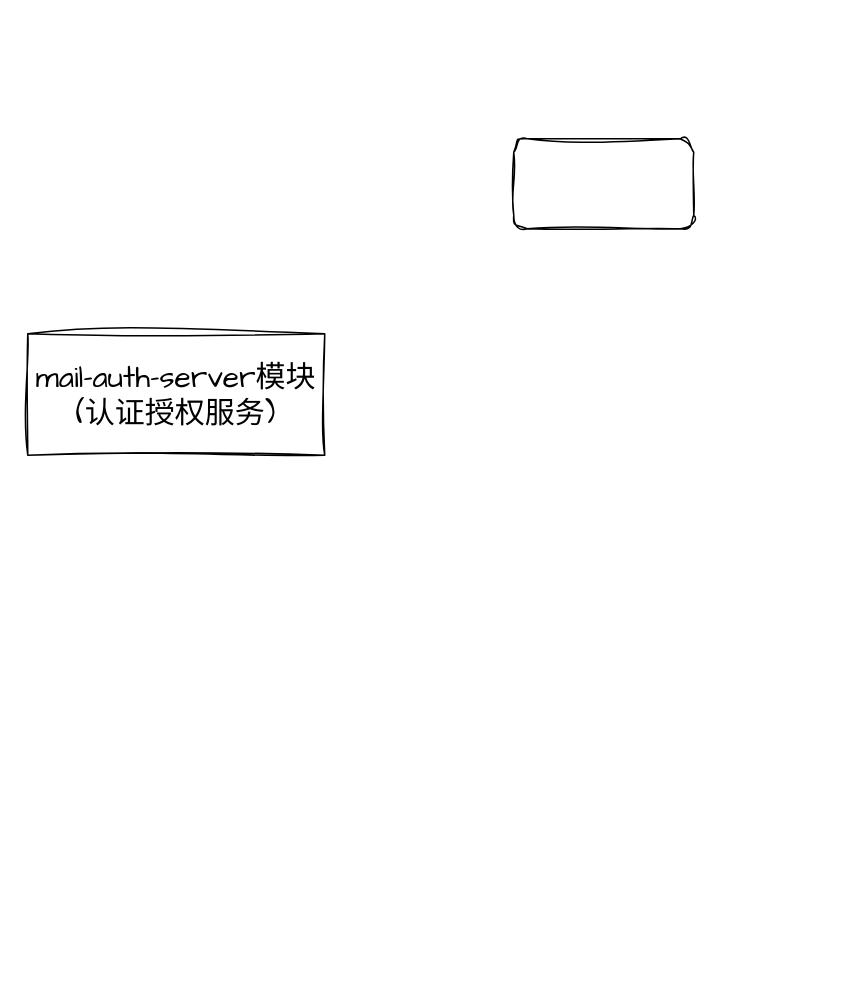
This is 未命名绘图.drawio from PEI-GEN/myPic, a draw.io file, before an edit. Source tidied: cells renumbered, new cells numbered last; positions are measured from the earlier drawing's top-left corner, leaving out a move shared by most shapes. Both pictures are drawn from the tidied source at 150%, with x=0, y=0 at pixel (27, 138).
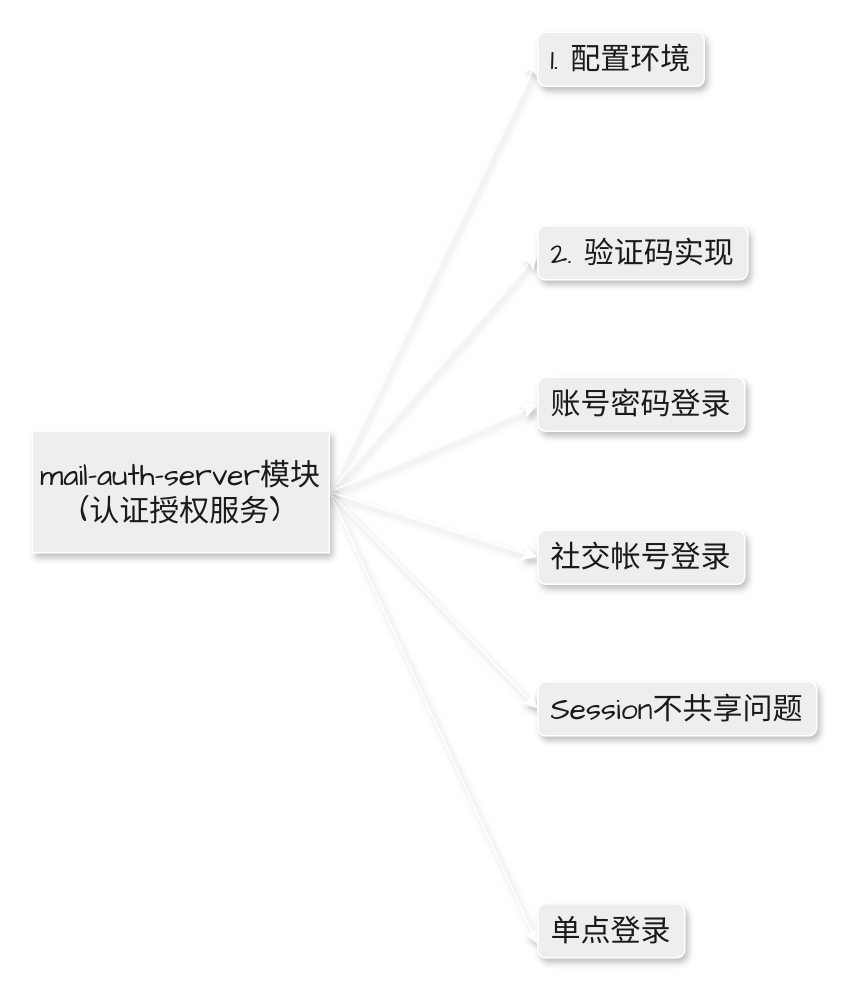
The same diagram, later.

Commit message:
更新未命名绘图.drawio

Diff of the diagram source:
```diff
@@
 <mxGraphModel>
   <root>
     <mxCell id="0" />
     <mxCell id="1" parent="0" />
+    <mxCell id="4" style="edgeStyle=none;hachureGap=4;jettySize=auto;html=1;exitX=1;exitY=0.5;exitDx=0;exitDy=0;entryX=0;entryY=0.5;entryDx=0;entryDy=0;fontFamily=Architects Daughter;fontSize=16;startSize=8;endSize=8;curved=1;strokeColor=#FFFFFF;shadow=1;labelBackgroundColor=none;fontColor=default;" parent="1" edge="1" source="2" target="3">
+      <mxGeometry relative="1" as="geometry" />
+    </mxCell>
+    <mxCell id="5" style="edgeStyle=none;curved=1;rounded=0;hachureGap=4;jettySize=auto;html=1;exitX=1;exitY=0.5;exitDx=0;exitDy=0;entryX=0;entryY=0.5;entryDx=0;entryDy=0;fontFamily=Architects Daughter;fontSize=16;startSize=8;endSize=8;shadow=1;labelBackgroundColor=none;strokeColor=#FFFFFF;fontColor=default;" parent="1" edge="1" source="2" target="10">
+      <mxGeometry relative="1" as="geometry" />
+    </mxCell>
+    <mxCell id="6" style="edgeStyle=none;curved=1;rounded=0;hachureGap=4;jettySize=auto;html=1;exitX=1;exitY=0.5;exitDx=0;exitDy=0;entryX=0;entryY=0.5;entryDx=0;entryDy=0;fontFamily=Architects Daughter;fontSize=16;startSize=8;endSize=8;shadow=1;labelBackgroundColor=none;strokeColor=#FFFFFF;fontColor=default;" parent="1" edge="1" source="2" target="11">
+      <mxGeometry relative="1" as="geometry" />
+    </mxCell>
+    <mxCell id="7" style="edgeStyle=none;curved=1;rounded=0;jettySize=auto;html=1;exitX=1;exitY=0.5;exitDx=0;exitDy=0;entryX=0;entryY=0.5;entryDx=0;entryDy=0;fontSize=12;startSize=8;endSize=8;shadow=1;labelBackgroundColor=none;strokeColor=#FFFFFF;fontColor=default;" parent="1" edge="1" source="2" target="12">
+      <mxGeometry relative="1" as="geometry" />
+    </mxCell>
+    <mxCell id="8" style="edgeStyle=none;curved=1;rounded=0;jettySize=auto;html=1;exitX=1;exitY=0.5;exitDx=0;exitDy=0;entryX=0;entryY=0.5;entryDx=0;entryDy=0;fontSize=12;startSize=8;endSize=8;shadow=1;labelBackgroundColor=none;strokeColor=#FFFFFF;fontColor=default;" parent="1" edge="1" source="2" target="13">
+      <mxGeometry relative="1" as="geometry" />
+    </mxCell>
+    <mxCell id="9" style="edgeStyle=none;curved=1;rounded=0;jettySize=auto;html=1;exitX=1;exitY=0.5;exitDx=0;exitDy=0;entryX=0;entryY=0.75;entryDx=0;entryDy=0;fontSize=12;startSize=8;endSize=8;shadow=1;labelBackgroundColor=none;strokeColor=#FFFFFF;fontColor=default;" parent="1" edge="1" source="2" target="14">
+      <mxGeometry relative="1" as="geometry" />
+    </mxCell>
-    <mxCell id="2" value="&lt;div&gt;mail-auth-server模块&lt;/div&gt;&lt;div&gt;(认证授权服务)&lt;br&gt;&lt;/div&gt;" style="rounded=0;whiteSpace=wrap;html=1;sketch=1;hachureGap=4;jiggle=2;curveFitting=1;fontFamily=Architects Daughter;fontSize=20;" parent="1" vertex="1">
-      <mxGeometry y="130" width="198" height="81" as="geometry" />
+    <mxCell id="2" value="&lt;div&gt;mail-auth-server模块&lt;/div&gt;&lt;div&gt;(认证授权服务)&lt;br&gt;&lt;/div&gt;" style="rounded=0;whiteSpace=wrap;html=1;hachureGap=4;fontFamily=Architects Daughter;fontSize=20;shadow=1;labelBackgroundColor=none;fillColor=#EEEEEE;strokeColor=#FFFFFF;fontColor=#1A1A1A;" parent="1" vertex="1">
+      <mxGeometry x="3" y="195" width="198" height="81" as="geometry" />
     </mxCell>
-    <mxCell id="3" style="rounded=1;whiteSpace=wrap;html=1;sketch=1;hachureGap=4;jiggle=2;curveFitting=1;fontFamily=Architects Daughter;fontSize=20;" parent="1" vertex="1">
-      <mxGeometry x="324" width="120" height="60" as="geometry" />
+    <mxCell id="3" value="1. 配置环境" style="rounded=1;whiteSpace=wrap;html=1;hachureGap=4;fontFamily=Architects Daughter;fontSize=20;shadow=1;labelBackgroundColor=none;fillColor=#EEEEEE;strokeColor=#FFFFFF;fontColor=#1A1A1A;" parent="1" vertex="1">
+      <mxGeometry x="340" y="-71" width="111" height="36" as="geometry" />
     </mxCell>
+    <mxCell id="10" value="2. 验证码实现" style="rounded=1;whiteSpace=wrap;html=1;hachureGap=4;fontFamily=Architects Daughter;fontSize=20;shadow=1;labelBackgroundColor=none;fillColor=#EEEEEE;strokeColor=#FFFFFF;fontColor=#1A1A1A;" parent="1" vertex="1">
+      <mxGeometry x="340" y="58" width="140" height="36" as="geometry" />
+    </mxCell>
+    <mxCell id="11" value="账号密码登录" style="rounded=1;whiteSpace=wrap;html=1;hachureGap=4;fontFamily=Architects Daughter;fontSize=20;shadow=1;labelBackgroundColor=none;fillColor=#EEEEEE;strokeColor=#FFFFFF;fontColor=#1A1A1A;" parent="1" vertex="1">
+      <mxGeometry x="340" y="159" width="138" height="36" as="geometry" />
+    </mxCell>
+    <mxCell id="12" value="社交帐号登录" style="rounded=1;whiteSpace=wrap;html=1;hachureGap=4;fontFamily=Architects Daughter;fontSize=20;shadow=1;labelBackgroundColor=none;fillColor=#EEEEEE;strokeColor=#FFFFFF;fontColor=#1A1A1A;" parent="1" vertex="1">
+      <mxGeometry x="340" y="261" width="138" height="36" as="geometry" />
+    </mxCell>
+    <mxCell id="13" value="Session不共享问题" style="rounded=1;whiteSpace=wrap;html=1;hachureGap=4;fontFamily=Architects Daughter;fontSize=20;shadow=1;labelBackgroundColor=none;fillColor=#EEEEEE;strokeColor=#FFFFFF;fontColor=#1A1A1A;" parent="1" vertex="1">
+      <mxGeometry x="340" y="362" width="186" height="36" as="geometry" />
+    </mxCell>
+    <mxCell id="14" value="单点登录" style="rounded=1;whiteSpace=wrap;html=1;hachureGap=4;fontFamily=Architects Daughter;fontSize=20;shadow=1;labelBackgroundColor=none;fillColor=#EEEEEE;strokeColor=#FFFFFF;fontColor=#1A1A1A;" parent="1" vertex="1">
+      <mxGeometry x="340" y="510" width="98" height="36" as="geometry" />
+    </mxCell>
   </root>
 </mxGraphModel>
```
